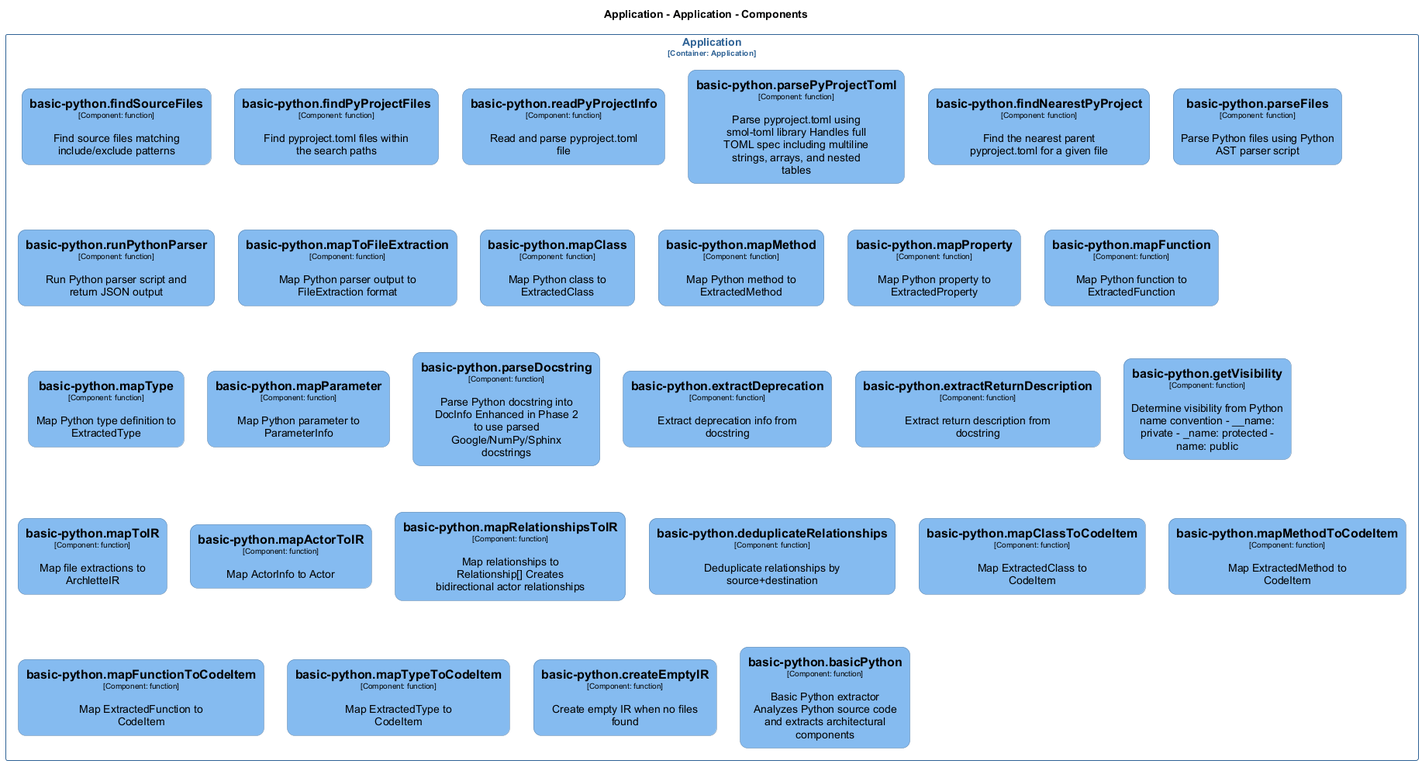
Earlier version of the PlantUML export docs/architecture/diagrams/structurizr-Classes_default_container__basic_python.png (chrislyons-dev/archlette).
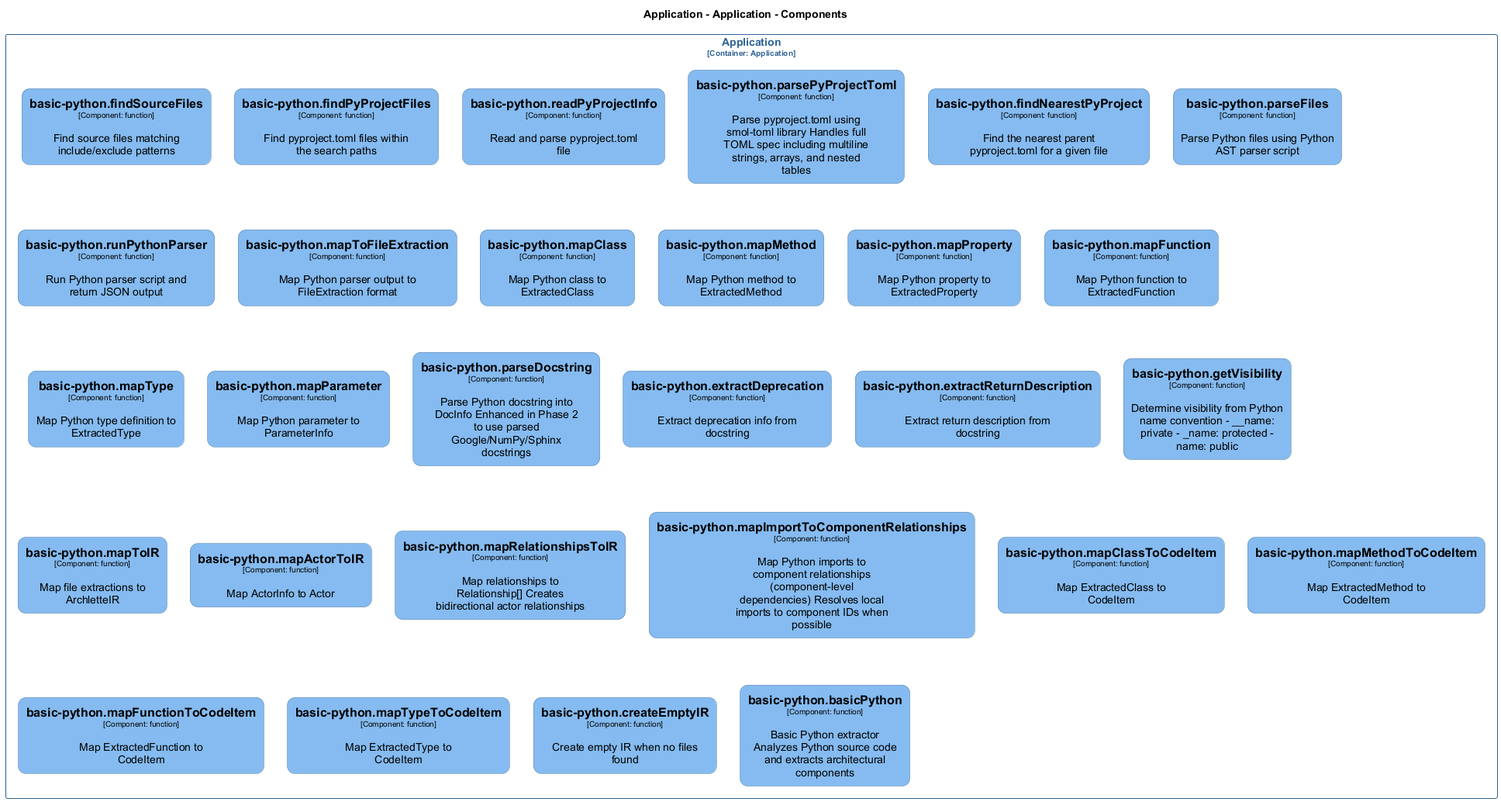
The same file after the commit.

Diff of the diagram source:
```diff
@@ -24,13 +24,6 @@
   shadowing false
 }
 skinparam rectangle<<Application.Application.basicpythoncreateEmptyIR>> {
-  BackgroundColor #85bbf0
-  FontColor #000000
-  BorderColor #5d82a8
-  roundCorner 20
-  shadowing false
-}
-skinparam rectangle<<Application.Application.basicpythondeduplicateRelationships>> {
   BackgroundColor #85bbf0
   FontColor #000000
   BorderColor #5d82a8
@@ -108,6 +101,13 @@
   shadowing false
 }
 skinparam rectangle<<Application.Application.basicpythonmapFunctionToCodeItem>> {
+  BackgroundColor #85bbf0
+  FontColor #000000
+  BorderColor #5d82a8
+  roundCorner 20
+  shadowing false
+}
+skinparam rectangle<<Application.Application.basicpythonmapImportToComponentRelationships>> {
   BackgroundColor #85bbf0
   FontColor #000000
   BorderColor #5d82a8
@@ -240,7 +240,7 @@
   rectangle "==basic-python.mapToIR\n<size:10>[Component: function]</size>\n\nMap file extractions to ArchletteIR" <<Application.Application.basicpythonmapToIR>> as Application.Application.basicpythonmapToIR
   rectangle "==basic-python.mapActorToIR\n<size:10>[Component: function]</size>\n\nMap ActorInfo to Actor" <<Application.Application.basicpythonmapActorToIR>> as Application.Application.basicpythonmapActorToIR
   rectangle "==basic-python.mapRelationshipsToIR\n<size:10>[Component: function]</size>\n\nMap relationships to Relationship[] Creates bidirectional actor relationships" <<Application.Application.basicpythonmapRelationshipsToIR>> as Application.Application.basicpythonmapRelationshipsToIR
-  rectangle "==basic-python.deduplicateRelationships\n<size:10>[Component: function]</size>\n\nDeduplicate relationships by source+destination" <<Application.Application.basicpythondeduplicateRelationships>> as Application.Application.basicpythondeduplicateRelationships
+  rectangle "==basic-python.mapImportToComponentRelationships\n<size:10>[Component: function]</size>\n\nMap Python imports to component relationships (component-level dependencies) Resolves local imports to component IDs when possible" <<Application.Application.basicpythonmapImportToComponentRelationships>> as Application.Application.basicpythonmapImportToComponentRelationships
   rectangle "==basic-python.mapClassToCodeItem\n<size:10>[Component: function]</size>\n\nMap ExtractedClass to CodeItem" <<Application.Application.basicpythonmapClassToCodeItem>> as Application.Application.basicpythonmapClassToCodeItem
   rectangle "==basic-python.mapMethodToCodeItem\n<size:10>[Component: function]</size>\n\nMap ExtractedMethod to CodeItem" <<Application.Application.basicpythonmapMethodToCodeItem>> as Application.Application.basicpythonmapMethodToCodeItem
   rectangle "==basic-python.mapFunctionToCodeItem\n<size:10>[Component: function]</size>\n\nMap ExtractedFunction to CodeItem" <<Application.Application.basicpythonmapFunctionToCodeItem>> as Application.Application.basicpythonmapFunctionToCodeItem
```
